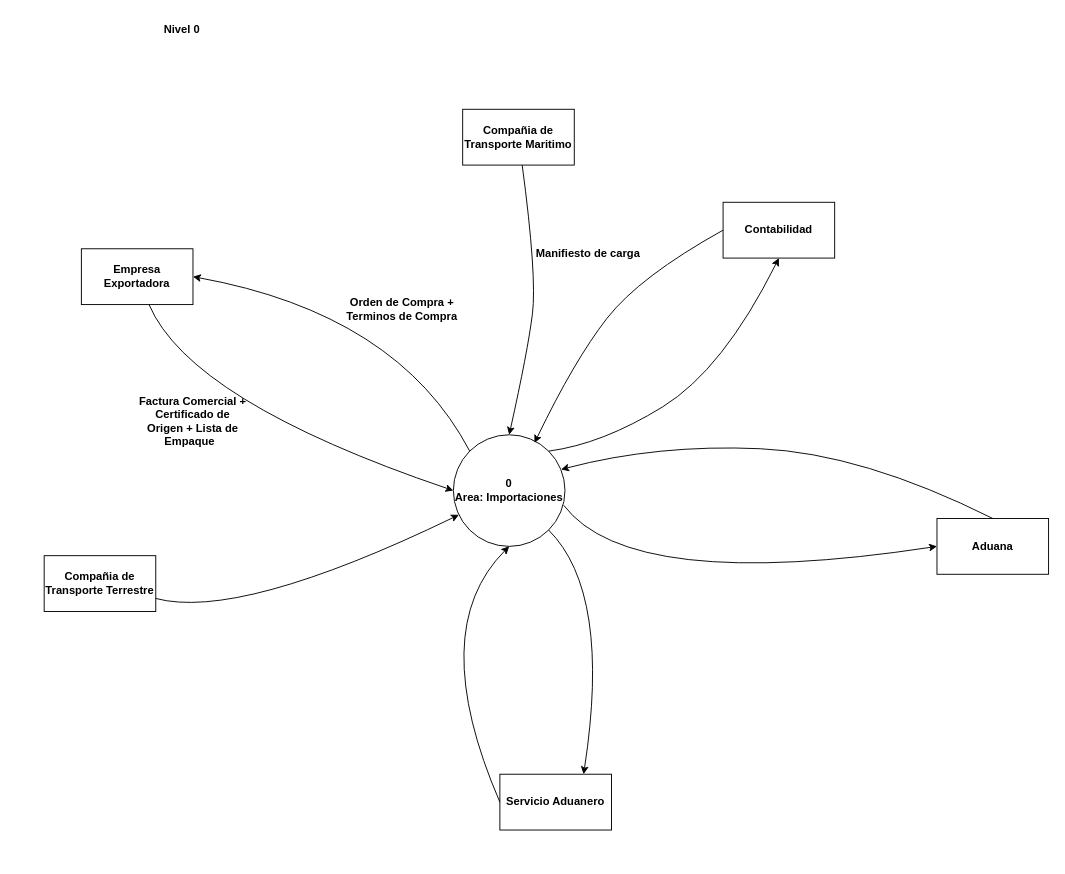
Daniel20051601/Calculadora-Iphone keeps this draw.io diagram as page "Nivel 0" (1 of 3) of Diagrama sin título.drawio. Above is the earlier version. Source tidied: cells renumbered, new cells numbered last; positions are measured from the earlier drawing's top-left corner, leaving out a move shared by most shapes. Both pictures are drawn from the tidied source at 93%, with x=0, y=0 at pixel (44, 16).
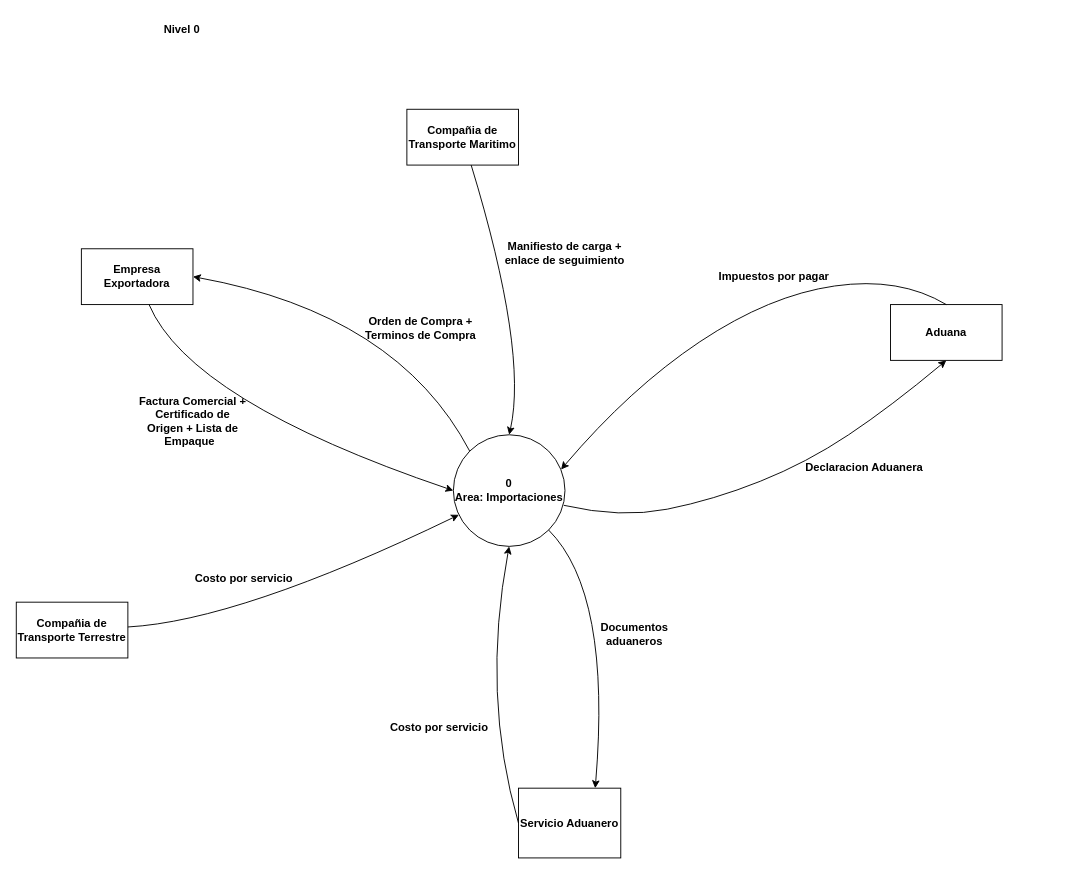
Above is the later version.

The change refers to these unchanged cells:
```xml
<mxCell id="2" value="0&lt;div&gt;Area: Importaciones&lt;/div&gt;" style="ellipse;whiteSpace=wrap;html=1;fontStyle=1;" parent="1" vertex="1">
  <mxGeometry x="440" y="450" width="120" height="120" as="geometry" />
</mxCell>
```

Diff of the diagram source:
```diff
@@
     <mxCell id="3" value="Compañia de Transporte Maritimo" style="rounded=0;whiteSpace=wrap;html=1;fontStyle=1;" parent="1" vertex="1">
-      <mxGeometry x="450" y="100" width="120" height="60" as="geometry" />
+      <mxGeometry x="390" y="100" width="120" height="60" as="geometry" />
     </mxCell>
     <mxCell id="4" value="Compañia de Transporte Terrestre" style="rounded=0;whiteSpace=wrap;html=1;fontStyle=1;" parent="1" vertex="1">
-      <mxGeometry y="580" width="120" height="60" as="geometry" />
+      <mxGeometry x="-30" y="630" width="120" height="60" as="geometry" />
     </mxCell>
@@
     <mxCell id="6" value="Aduana" style="rounded=0;whiteSpace=wrap;html=1;fontStyle=1;" parent="1" vertex="1">
-      <mxGeometry x="960" y="540" width="120" height="60" as="geometry" />
+      <mxGeometry x="910" y="310" width="120" height="60" as="geometry" />
     </mxCell>
     <mxCell id="7" value="Servicio Aduanero" style="rounded=0;whiteSpace=wrap;html=1;fontStyle=1;" parent="1" vertex="1">
-      <mxGeometry x="490" y="815" width="120" height="60" as="geometry" />
+      <mxGeometry x="510" y="830" width="110" height="75" as="geometry" />
     </mxCell>
-    <mxCell id="8" value="Contabilidad" style="rounded=0;whiteSpace=wrap;html=1;fontStyle=1;" parent="1" vertex="1">
-      <mxGeometry x="730" y="200" width="120" height="60" as="geometry" />
-    </mxCell>
@@
     <mxCell id="11" style="curved=1;endArrow=classic;html=1;rounded=0;entryX=0.5;entryY=0;entryDx=0;entryDy=0;" parent="1" edge="1" source="3" target="2">
       <mxGeometry relative="1" as="geometry">
         <Array as="points">
-          <mxPoint x="530" y="280" />
           <mxPoint x="520" y="360" />
         </Array>
       </mxGeometry>
     </mxCell>
     <mxCell id="12" style="curved=1;endArrow=classic;html=1;rounded=0;entryX=0.5;entryY=1;entryDx=0;entryDy=0;exitX=0;exitY=0.5;exitDx=0;exitDy=0;" parent="1" edge="1" source="7" target="2">
       <mxGeometry relative="1" as="geometry">
         <Array as="points">
-          <mxPoint x="410" y="660" />
+          <mxPoint x="470" y="730" />
         </Array>
       </mxGeometry>
     </mxCell>
@@
-    <mxCell id="14" style="curved=1;endArrow=classic;html=1;rounded=0;entryX=0;entryY=0.5;entryDx=0;entryDy=0;exitX=0.989;exitY=0.632;exitDx=0;exitDy=0;exitPerimeter=0;" parent="1" edge="1" source="2" target="6">
+    <mxCell id="14" style="curved=1;endArrow=classic;html=1;rounded=0;entryX=0.5;entryY=1;entryDx=0;entryDy=0;exitX=0.989;exitY=0.632;exitDx=0;exitDy=0;exitPerimeter=0;" parent="1" edge="1" source="2" target="6">
       <mxGeometry relative="1" as="geometry">
         <Array as="points">
-          <mxPoint x="630" y="620" />
+          <mxPoint x="620" y="540" />
+          <mxPoint x="720" y="520" />
+          <mxPoint x="820" y="480" />
+          <mxPoint x="910" y="420" />
         </Array>
       </mxGeometry>
     </mxCell>
@@
     <mxCell id="16" style="curved=1;endArrow=none;html=1;rounded=0;entryX=0.5;entryY=0;entryDx=0;entryDy=0;entryPerimeter=0;endFill=0;startArrow=classic;startFill=1;exitX=0.965;exitY=0.311;exitDx=0;exitDy=0;exitPerimeter=0;" parent="1" edge="1" source="2" target="6">
       <mxGeometry relative="1" as="geometry">
         <Array as="points">
-          <mxPoint x="660" y="460" />
-          <mxPoint x="880" y="470" />
+          <mxPoint x="630" y="400" />
+          <mxPoint x="780" y="300" />
+          <mxPoint x="920" y="280" />
         </Array>
       </mxGeometry>
     </mxCell>
-    <mxCell id="17" style="curved=1;endArrow=none;html=1;rounded=0;entryX=0;entryY=0.5;entryDx=0;entryDy=0;endFill=0;startArrow=classic;startFill=1;exitX=0.727;exitY=0.073;exitDx=0;exitDy=0;exitPerimeter=0;" parent="1" edge="1" source="2" target="8">
-      <mxGeometry relative="1" as="geometry">
-        <Array as="points">
-          <mxPoint x="570" y="370" />
-          <mxPoint x="640" y="280" />
-        </Array>
-      </mxGeometry>
-    </mxCell>
-    <mxCell id="18" style="curved=1;endArrow=classic;html=1;rounded=0;exitX=1;exitY=0;exitDx=0;exitDy=0;entryX=0.5;entryY=1;entryDx=0;entryDy=0;" parent="1" edge="1" source="2" target="8">
-      <mxGeometry relative="1" as="geometry">
-        <Array as="points">
-          <mxPoint x="600" y="460" />
-          <mxPoint x="730" y="380" />
-        </Array>
-      </mxGeometry>
-    </mxCell>
@@
     <mxCell id="21" value="Orden de Compra +&lt;div&gt;Terminos de Compra&lt;/div&gt;" style="text;html=1;align=center;verticalAlign=middle;whiteSpace=wrap;rounded=0;fontStyle=1;" parent="1" vertex="1">
-      <mxGeometry x="320" y="300" width="130" height="30" as="geometry" />
+      <mxGeometry x="340" y="320" width="130" height="30" as="geometry" />
     </mxCell>
@@
-    <mxCell id="24" value="Manifiesto de carga" style="text;html=1;align=center;verticalAlign=middle;whiteSpace=wrap;rounded=0;fontStyle=1;" parent="1" vertex="1">
-      <mxGeometry x="520" y="240" width="130" height="30" as="geometry" />
+    <mxCell id="24" value="Manifiesto de carga +&lt;div&gt;enlace de seguimiento&lt;/div&gt;" style="text;html=1;align=center;verticalAlign=middle;whiteSpace=wrap;rounded=0;fontStyle=1;" parent="1" vertex="1">
+      <mxGeometry x="490" y="240" width="140" height="30" as="geometry" />
     </mxCell>
+    <mxCell id="25" value="Documentos aduaneros" style="text;html=1;align=center;verticalAlign=middle;whiteSpace=wrap;rounded=0;fontStyle=1;" parent="1" vertex="1">
+      <mxGeometry x="570" y="650" width="130" height="30" as="geometry" />
+    </mxCell>
+    <mxCell id="26" value="Costo por servicio" style="text;html=1;align=center;verticalAlign=middle;whiteSpace=wrap;rounded=0;fontStyle=1;" parent="1" vertex="1">
+      <mxGeometry x="360" y="750" width="130" height="30" as="geometry" />
+    </mxCell>
+    <mxCell id="27" value="Costo por servicio" style="text;html=1;align=center;verticalAlign=middle;whiteSpace=wrap;rounded=0;fontStyle=1;" parent="1" vertex="1">
+      <mxGeometry x="150" y="590" width="130" height="30" as="geometry" />
+    </mxCell>
+    <mxCell id="28" value="Impuestos por pagar" style="text;html=1;align=center;verticalAlign=middle;whiteSpace=wrap;rounded=0;fontStyle=1;" parent="1" vertex="1">
+      <mxGeometry x="720" y="265" width="130" height="30" as="geometry" />
+    </mxCell>
+    <mxCell id="29" value="Declaracion Aduanera" style="text;html=1;align=center;verticalAlign=middle;whiteSpace=wrap;rounded=0;fontStyle=1;" parent="1" vertex="1">
+      <mxGeometry x="817" y="470" width="130" height="30" as="geometry" />
+    </mxCell>
```
